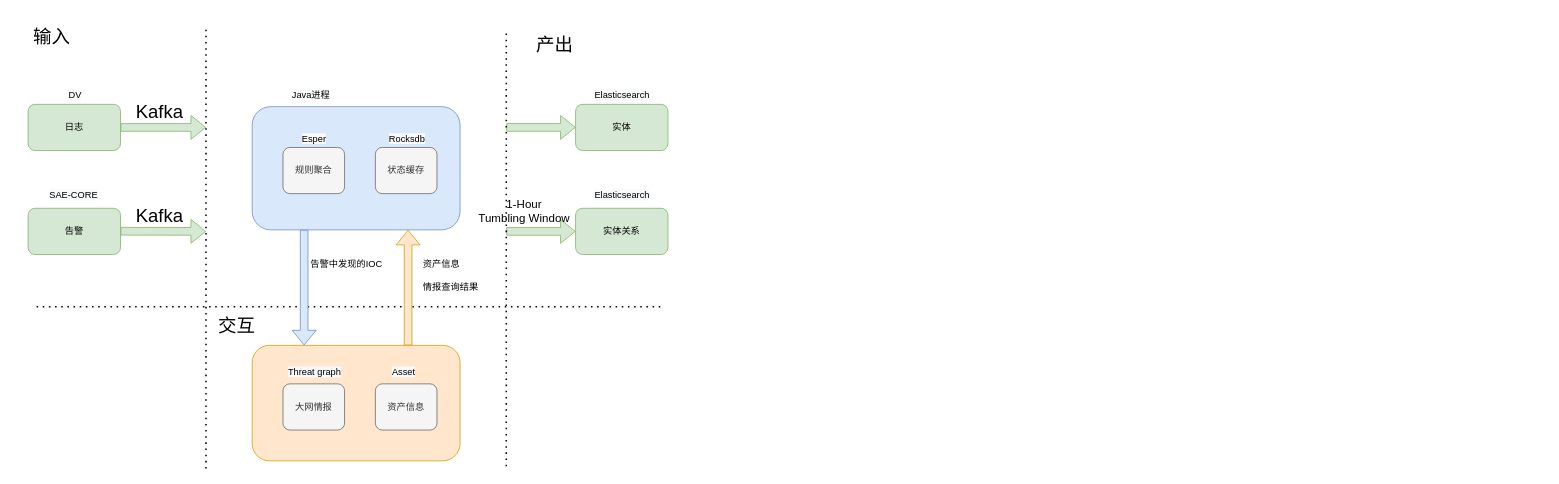
Before: artifact-arch.drawio in popvlovs/popvlovs-repository, a draw.io diagram. Source tidied: cells renumbered, new cells numbered last; positions are measured from the earlier drawing's top-left corner, leaving out a move shared by most shapes. Both pictures are drawn from the tidied source at 77%, with x=0, y=0 at pixel (13, 29).
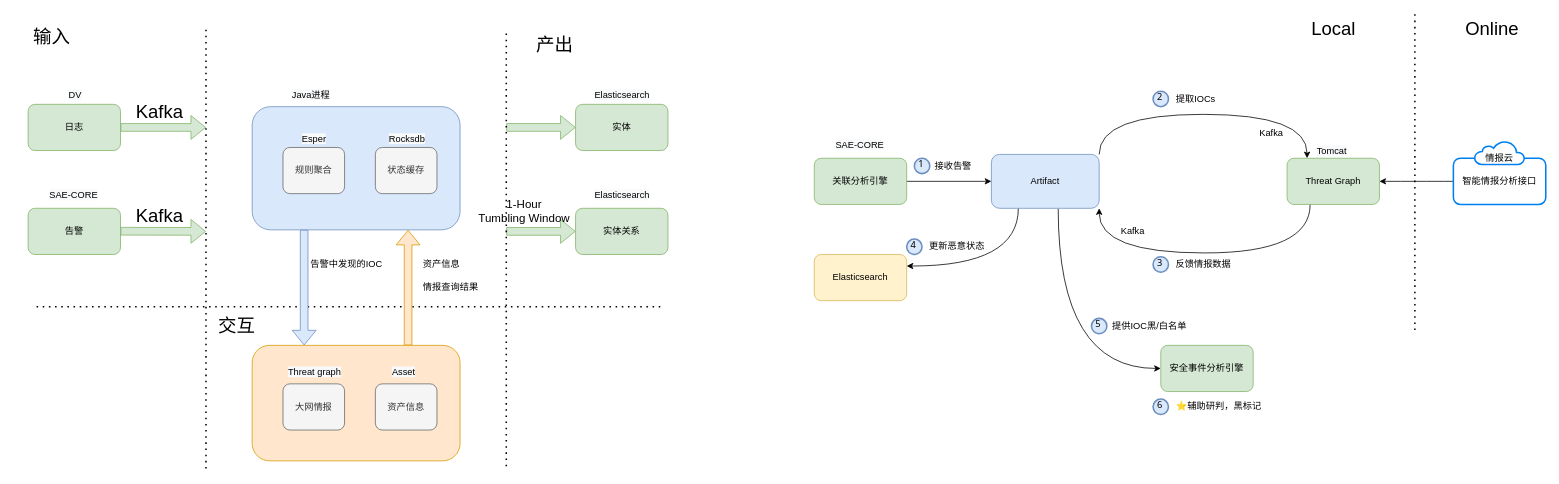
Above is the later version.

The edit, as a diff of the source:
```diff
@@
+    <mxCell id="38" style="edgeStyle=orthogonalEdgeStyle;rounded=0;jettySize=auto;html=1;fontColor=#FFB570;curved=1;" parent="1" edge="1" source="41" target="48">
+      <mxGeometry relative="1" as="geometry">
+        <Array as="points">
+          <mxPoint x="1410" y="110" />
+          <mxPoint x="1680" y="110" />
+        </Array>
+      </mxGeometry>
+    </mxCell>
+    <mxCell id="39" style="edgeStyle=orthogonalEdgeStyle;curved=1;rounded=0;jettySize=auto;html=1;exitX=0.25;exitY=1;exitDx=0;exitDy=0;fontSize=12;fontColor=#FFB570;entryX=1;entryY=0.25;entryDx=0;entryDy=0;" parent="1" edge="1" source="41" target="62">
+      <mxGeometry relative="1" as="geometry" />
+    </mxCell>
+    <mxCell id="40" style="edgeStyle=orthogonalEdgeStyle;curved=1;rounded=0;jettySize=auto;html=1;exitX=0.62;exitY=1.008;exitDx=0;exitDy=0;entryX=0;entryY=0.5;entryDx=0;entryDy=0;fontSize=12;fontColor=#FFB570;exitPerimeter=0;" parent="1" edge="1" source="41" target="66">
+      <mxGeometry relative="1" as="geometry" />
+    </mxCell>
+    <mxCell id="41" value="Artifact" style="rounded=1;whiteSpace=wrap;html=1;fillColor=#dae8fc;strokeColor=#6c8ebf;" parent="1" vertex="1">
+      <mxGeometry x="1270" y="162" width="140" height="70" as="geometry" />
+    </mxCell>
+    <mxCell id="42" style="edgeStyle=orthogonalEdgeStyle;rounded=0;jettySize=auto;html=1;exitX=1;exitY=0.5;exitDx=0;exitDy=0;entryX=0;entryY=0.5;entryDx=0;entryDy=0;" parent="1" edge="1" source="43" target="41">
+      <mxGeometry relative="1" as="geometry" />
+    </mxCell>
+    <mxCell id="43" value="关联分析引擎" style="rounded=1;whiteSpace=wrap;html=1;fillColor=#d5e8d4;strokeColor=#82b366;" parent="1" vertex="1">
+      <mxGeometry x="1040" y="167" width="120" height="60" as="geometry" />
+    </mxCell>
+    <mxCell id="44" value="&lt;span style=&quot;color: rgb(0 , 0 , 0) ; font-family: &amp;#34;helvetica&amp;#34; ; font-size: 12px ; font-style: normal ; font-weight: 400 ; letter-spacing: normal ; text-align: center ; text-indent: 0px ; text-transform: none ; word-spacing: 0px ; background-color: rgb(248 , 249 , 250) ; display: inline ; float: none&quot;&gt;SAE-CORE&lt;/span&gt;" style="text;whiteSpace=wrap;html=1;fontSize=24;" parent="1" vertex="1">
+      <mxGeometry x="1066" y="125" width="90" height="50" as="geometry" />
+    </mxCell>
+    <mxCell id="45" value="1" style="ellipse;whiteSpace=wrap;html=1;strokeWidth=2;fontFamily=Tahoma;spacingBottom=4;spacingRight=2;fillColor=#dae8fc;strokeColor=#6c8ebf;" parent="1" vertex="1">
+      <mxGeometry x="1170" y="167" width="20" height="20" as="geometry" />
+    </mxCell>
+    <mxCell id="46" value="接收告警" style="text;html=1;align=center;verticalAlign=middle;" parent="1" vertex="1">
+      <mxGeometry x="1190" y="167" width="60" height="20" as="geometry" />
+    </mxCell>
+    <mxCell id="47" style="edgeStyle=orthogonalEdgeStyle;curved=1;rounded=0;jettySize=auto;html=1;exitX=0.25;exitY=1;exitDx=0;exitDy=0;entryX=1;entryY=1;entryDx=0;entryDy=0;fontSize=12;fontColor=#FFB570;" parent="1" edge="1" source="48" target="41">
+      <mxGeometry relative="1" as="geometry">
+        <Array as="points">
+          <mxPoint x="1684" y="290" />
+          <mxPoint x="1410" y="290" />
+        </Array>
+      </mxGeometry>
+    </mxCell>
+    <mxCell id="48" value="Threat Graph" style="rounded=1;whiteSpace=wrap;html=1;fillColor=#d5e8d4;strokeColor=#82b366;" parent="1" vertex="1">
+      <mxGeometry x="1654" y="167" width="120" height="60" as="geometry" />
+    </mxCell>
+    <mxCell id="49" value="2" style="ellipse;whiteSpace=wrap;html=1;strokeWidth=2;fontFamily=Tahoma;spacingBottom=4;spacingRight=2;strokeColor=#6c8ebf;fillColor=#dae8fc;" parent="1" vertex="1">
+      <mxGeometry x="1480" y="80" width="20" height="20" as="geometry" />
+    </mxCell>
+    <mxCell id="50" value="提取IOCs" style="text;html=1;align=center;verticalAlign=middle;" parent="1" vertex="1">
+      <mxGeometry x="1500" y="80" width="70" height="20" as="geometry" />
+    </mxCell>
+    <mxCell id="51" style="edgeStyle=orthogonalEdgeStyle;curved=1;rounded=0;jettySize=auto;html=1;exitX=0;exitY=0.5;exitDx=0;exitDy=0;entryX=1;entryY=0.5;entryDx=0;entryDy=0;fontSize=24;fontColor=#FFB570;" parent="1" edge="1" source="52" target="48">
+      <mxGeometry relative="1" as="geometry" />
+    </mxCell>
+    <mxCell id="52" value="智能情报分析接口" style="rounded=1;whiteSpace=wrap;html=1;strokeColor=#0080F0;strokeWidth=2;" parent="1" vertex="1">
+      <mxGeometry x="1870" y="167" width="120" height="60" as="geometry" />
+    </mxCell>
+    <mxCell id="53" style="endArrow=none;dashed=1;html=1;dashPattern=1 3;strokeWidth=2;rounded=0;fontColor=#FFB570;curved=1;" parent="1" edge="1">
+      <mxGeometry relative="1" as="geometry">
+        <mxPoint x="1820" y="390" as="sourcePoint" />
+        <mxPoint x="1820" y="-20" as="targetPoint" />
+      </mxGeometry>
+    </mxCell>
+    <mxCell id="54" value="Online" style="text;html=1;align=center;verticalAlign=middle;fontSize=24;" parent="1" vertex="1">
+      <mxGeometry x="1880" y="-15" width="80" height="30" as="geometry" />
+    </mxCell>
+    <mxCell id="55" value="Local" style="text;html=1;align=center;verticalAlign=middle;fontSize=24;" parent="1" vertex="1">
+      <mxGeometry x="1679" y="-15" width="70" height="30" as="geometry" />
+    </mxCell>
+    <mxCell id="56" value="Kafka&amp;nbsp;" style="text;html=1;align=center;verticalAlign=middle;fontSize=12;" parent="1" vertex="1">
+      <mxGeometry x="1610" y="125" width="50" height="20" as="geometry" />
+    </mxCell>
+    <mxCell id="57" value="3" style="ellipse;whiteSpace=wrap;html=1;strokeWidth=2;fontFamily=Tahoma;spacingBottom=4;spacingRight=2;strokeColor=#6c8ebf;fontSize=12;fillColor=#dae8fc;" parent="1" vertex="1">
+      <mxGeometry x="1480" y="295" width="20" height="20" as="geometry" />
+    </mxCell>
+    <mxCell id="58" value="反馈情报数据" style="text;html=1;align=center;verticalAlign=middle;" parent="1" vertex="1">
+      <mxGeometry x="1500" y="295" width="90" height="20" as="geometry" />
+    </mxCell>
+    <mxCell id="59" style="html=1;verticalLabelPosition=bottom;align=center;labelBackgroundColor=#ffffff;verticalAlign=top;strokeWidth=2;strokeColor=#0080F0;shadow=0;dashed=0;shape=mxgraph.ios7.icons.cloud;fontSize=12;fontColor=#FFB570;" parent="1" vertex="1">
+      <mxGeometry x="1897.5" y="145" width="65" height="30" as="geometry" />
+    </mxCell>
+    <mxCell id="60" value="Kafka&amp;nbsp;" style="text;html=1;align=center;verticalAlign=middle;fontSize=12;" parent="1" vertex="1">
+      <mxGeometry x="1430" y="252" width="50" height="20" as="geometry" />
+    </mxCell>
+    <mxCell id="61" value="&lt;span style=&quot;color: rgb(0, 0, 0); font-family: helvetica; font-size: 12px; font-style: normal; font-weight: 400; letter-spacing: normal; text-align: center; text-indent: 0px; text-transform: none; word-spacing: 0px; background-color: rgb(248, 249, 250); display: inline; float: none;&quot;&gt;情报云&lt;/span&gt;&lt;br style=&quot;color: rgb(0, 0, 0); font-family: helvetica; font-size: 12px; font-style: normal; font-weight: 400; letter-spacing: normal; text-align: center; text-indent: 0px; text-transform: none; word-spacing: 0px; background-color: rgb(248, 249, 250);&quot;&gt;" style="text;whiteSpace=wrap;html=1;fontSize=12;fontColor=#FFB570;" parent="1" vertex="1">
+      <mxGeometry x="1910" y="153" width="60" height="30" as="geometry" />
+    </mxCell>
+    <mxCell id="62" value="Elasticsearch" style="rounded=1;whiteSpace=wrap;html=1;fillColor=#fff2cc;strokeColor=#d6b656;" parent="1" vertex="1">
+      <mxGeometry x="1040" y="292" width="120" height="60" as="geometry" />
+    </mxCell>
+    <mxCell id="63" value="4" style="ellipse;whiteSpace=wrap;html=1;strokeWidth=2;fontFamily=Tahoma;spacingBottom=4;spacingRight=2;strokeColor=#6c8ebf;fontSize=12;fillColor=#dae8fc;" parent="1" vertex="1">
+      <mxGeometry x="1160" y="272" width="20" height="20" as="geometry" />
+    </mxCell>
+    <mxCell id="64" value="更新恶意状态" style="text;html=1;align=center;verticalAlign=middle;" parent="1" vertex="1">
+      <mxGeometry x="1180" y="272" width="90" height="20" as="geometry" />
+    </mxCell>
+    <mxCell id="65" value="&lt;span style=&quot;color: rgb(0, 0, 0); font-family: helvetica; font-size: 12px; font-style: normal; font-weight: 400; letter-spacing: normal; text-align: center; text-indent: 0px; text-transform: none; word-spacing: 0px; background-color: rgb(248, 249, 250); display: inline; float: none;&quot;&gt;Tomcat&lt;/span&gt;&lt;br style=&quot;color: rgb(0, 0, 0); font-family: helvetica; font-size: 12px; font-style: normal; font-weight: 400; letter-spacing: normal; text-align: center; text-indent: 0px; text-transform: none; word-spacing: 0px; background-color: rgb(248, 249, 250);&quot;&gt;" style="text;whiteSpace=wrap;html=1;fontSize=12;fontColor=#FFB570;" parent="1" vertex="1">
+      <mxGeometry x="1691" y="144" width="60" height="30" as="geometry" />
+    </mxCell>
+    <mxCell id="66" value="安全事件分析引擎" style="rounded=1;whiteSpace=wrap;html=1;fillColor=#d5e8d4;strokeColor=#82b366;" parent="1" vertex="1">
+      <mxGeometry x="1490" y="410" width="120" height="60" as="geometry" />
+    </mxCell>
+    <mxCell id="67" value="5" style="ellipse;whiteSpace=wrap;html=1;strokeWidth=2;fontFamily=Tahoma;spacingBottom=4;spacingRight=2;strokeColor=#6c8ebf;fontSize=12;fillColor=#dae8fc;" parent="1" vertex="1">
+      <mxGeometry x="1400" y="375" width="20" height="20" as="geometry" />
+    </mxCell>
+    <mxCell id="68" value="提供IOC黑/白名单" style="text;html=1;align=center;verticalAlign=middle;" parent="1" vertex="1">
+      <mxGeometry x="1420" y="375" width="110" height="20" as="geometry" />
+    </mxCell>
+    <mxCell id="69" value="6" style="ellipse;whiteSpace=wrap;html=1;strokeWidth=2;fontFamily=Tahoma;spacingBottom=4;spacingRight=2;strokeColor=#6c8ebf;fontSize=12;fillColor=#dae8fc;" parent="1" vertex="1">
+      <mxGeometry x="1480" y="479.8" width="20" height="20" as="geometry" />
+    </mxCell>
+    <mxCell id="70" value="⭐辅助研判，黑标记" style="text;html=1;align=center;verticalAlign=middle;" parent="1" vertex="1">
+      <mxGeometry x="1500" y="478.8" width="130" height="20" as="geometry" />
+    </mxCell>
```
